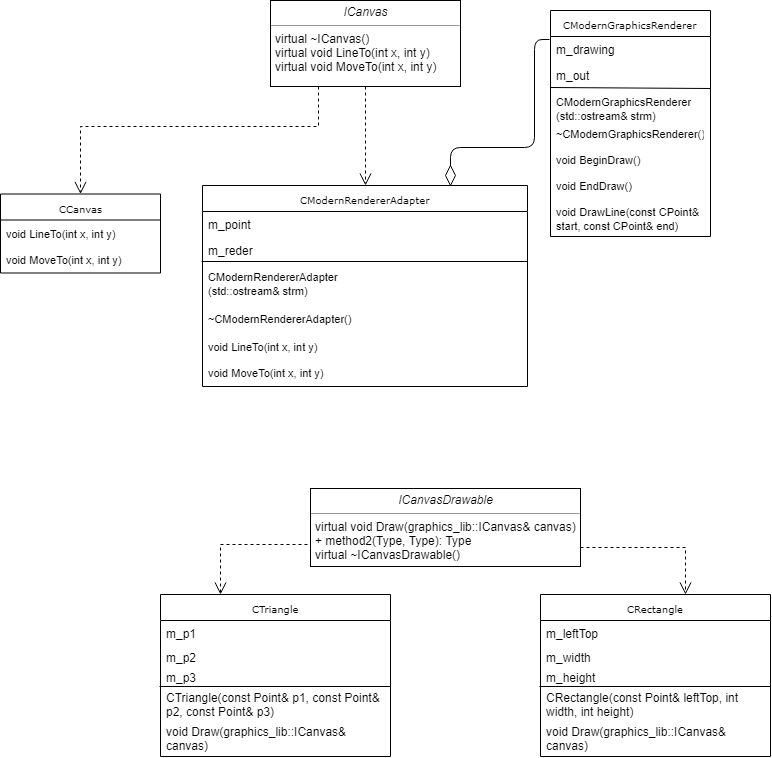
daria-grebneva/OOD keeps this draw.io diagram as adapter/AdapterClass.png. Above is the earlier version. Source tidied: cells renumbered, new cells last; positions are measured from the earlier drawing's top-left corner, leaving out a move shared by most shapes.
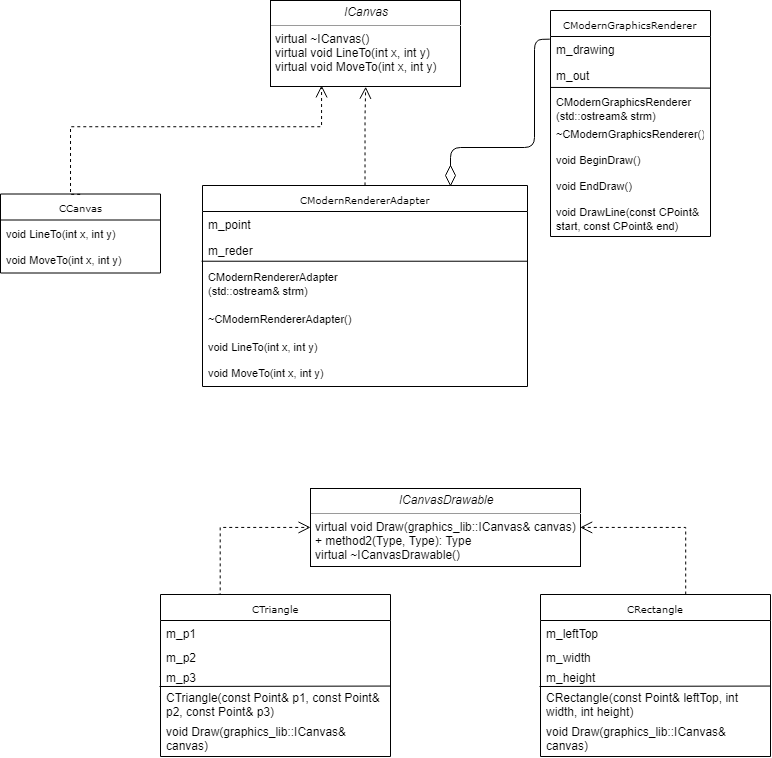
The same diagram one commit later.

The edit, as a diff of the source:
```diff
@@ -62,19 +62,19 @@
     <mxCell id="21" value="&lt;font style=&quot;font-size: 11px&quot;&gt;void DrawLine(const CPoint&amp;amp; start, const CPoint&amp;amp; end)&lt;/font&gt;" style="text;html=1;strokeColor=none;fillColor=none;align=left;verticalAlign=top;spacingLeft=4;spacingRight=4;whiteSpace=wrap;overflow=hidden;" parent="13" vertex="1">
       <mxGeometry y="188" width="160" height="32" as="geometry" />
     </mxCell>
-    <mxCell id="22" style="edgeStyle=orthogonalEdgeStyle;rounded=0;html=1;labelBackgroundColor=none;startFill=0;endArrow=open;endFill=0;endSize=10;fontFamily=Verdana;fontSize=10;dashed=1;exitX=0.25;exitY=1;exitDx=0;exitDy=0;" parent="1" edge="1" source="24" target="2">
+    <mxCell id="22" style="edgeStyle=orthogonalEdgeStyle;rounded=0;html=1;labelBackgroundColor=none;startFill=0;endArrow=open;endFill=0;endSize=10;fontFamily=Verdana;fontSize=10;dashed=1;exitX=0.5;exitY=0;exitDx=0;exitDy=0;entryX=0.27;entryY=0.984;entryDx=0;entryDy=0;entryPerimeter=0;" parent="1" edge="1" source="2" target="24">
       <mxGeometry relative="1" as="geometry">
         <Array as="points">
-          <mxPoint x="318" y="126" />
-          <mxPoint x="80" y="126" />
+          <mxPoint x="70" y="194" />
+          <mxPoint x="70" y="126" />
+          <mxPoint x="321" y="126" />
         </Array>
       </mxGeometry>
     </mxCell>
-    <mxCell id="23" style="edgeStyle=orthogonalEdgeStyle;rounded=0;html=1;dashed=1;labelBackgroundColor=none;startFill=0;endArrow=open;endFill=0;endSize=10;fontFamily=Verdana;fontSize=10;exitX=0.5;exitY=1;exitDx=0;exitDy=0;" parent="1" edge="1" source="24" target="5">
+    <mxCell id="23" style="edgeStyle=orthogonalEdgeStyle;rounded=0;html=1;dashed=1;labelBackgroundColor=none;startFill=0;endArrow=open;endFill=0;endSize=10;fontFamily=Verdana;fontSize=10;exitX=0.5;exitY=0;exitDx=0;exitDy=0;entryX=0.5;entryY=1;entryDx=0;entryDy=0;" parent="1" edge="1" source="5" target="24">
       <mxGeometry relative="1" as="geometry">
         <Array as="points">
-          <mxPoint x="365" y="136" />
-          <mxPoint x="365" y="136" />
+          <mxPoint x="365" y="116" />
         </Array>
       </mxGeometry>
     </mxCell>
@@ -143,22 +143,18 @@
     <mxCell id="41" value="void Draw(graphics_lib::ICanvas&amp;amp; canvas)" style="text;html=1;strokeColor=none;fillColor=none;align=left;verticalAlign=top;spacingLeft=4;spacingRight=4;whiteSpace=wrap;overflow=hidden;" parent="35" vertex="1">
       <mxGeometry y="124" width="230" height="36" as="geometry" />
     </mxCell>
-    <mxCell id="42" style="edgeStyle=orthogonalEdgeStyle;rounded=0;html=1;dashed=1;labelBackgroundColor=none;startFill=0;endArrow=open;endFill=0;endSize=10;fontFamily=Verdana;fontSize=10;exitX=0;exitY=0.75;exitDx=0;exitDy=0;" parent="1" edge="1" source="25">
+    <mxCell id="42" style="edgeStyle=orthogonalEdgeStyle;rounded=0;html=1;dashed=1;labelBackgroundColor=none;startFill=0;endArrow=open;endFill=0;endSize=10;fontFamily=Verdana;fontSize=10;exitX=0.25;exitY=0;exitDx=0;exitDy=0;entryX=0;entryY=0.5;entryDx=0;entryDy=0;" parent="1" edge="1" source="26" target="25">
       <mxGeometry relative="1" as="geometry">
-        <mxPoint x="220" y="594" as="targetPoint" />
         <Array as="points">
-          <mxPoint x="310" y="544" />
-          <mxPoint x="220" y="544" />
+          <mxPoint x="220" y="594" />
+          <mxPoint x="220" y="527" />
         </Array>
       </mxGeometry>
     </mxCell>
-    <mxCell id="43" style="edgeStyle=orthogonalEdgeStyle;rounded=0;html=1;dashed=1;labelBackgroundColor=none;startFill=0;endArrow=open;endFill=0;endSize=10;fontFamily=Verdana;fontSize=10;exitX=1;exitY=0.75;exitDx=0;exitDy=0;" parent="1" edge="1" source="25">
+    <mxCell id="43" style="edgeStyle=orthogonalEdgeStyle;rounded=0;html=1;dashed=1;labelBackgroundColor=none;startFill=0;endArrow=open;endFill=0;endSize=10;fontFamily=Verdana;fontSize=10;entryX=1;entryY=0.5;entryDx=0;entryDy=0;" parent="1" edge="1" source="35" target="25">
       <mxGeometry relative="1" as="geometry">
-        <mxPoint x="685" y="594" as="targetPoint" />
         <Array as="points">
-          <mxPoint x="645" y="547" />
-          <mxPoint x="685" y="547" />
-          <mxPoint x="685" y="544" />
+          <mxPoint x="685" y="527" />
         </Array>
       </mxGeometry>
     </mxCell>
```
